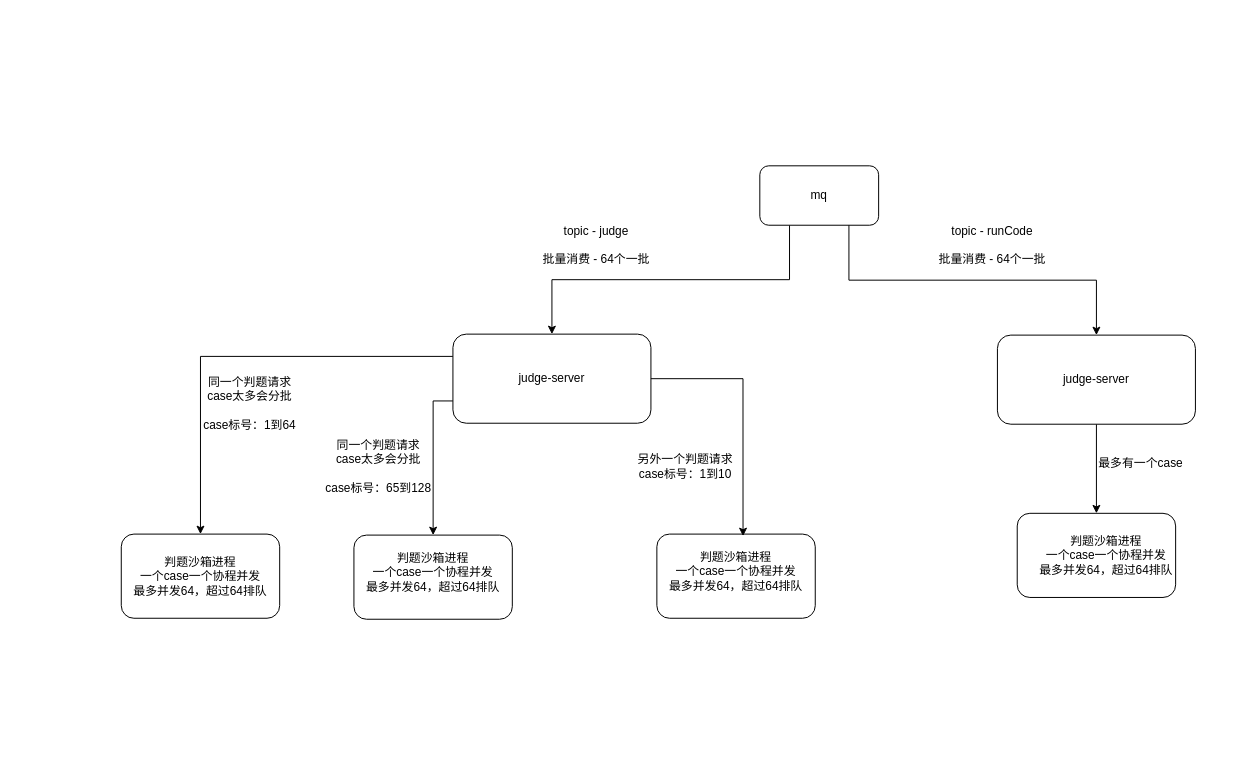
Earlier version of the draw.io diagram 判题并发梳理.drawio (xiell2016/hetaoDesign). Source tidied: cells renumbered, new cells numbered last; positions are measured from the earlier drawing's top-left corner, leaving out a move shared by most shapes. Both pictures are drawn from the tidied source at 99%, with x=0, y=0 at pixel (121, 165).
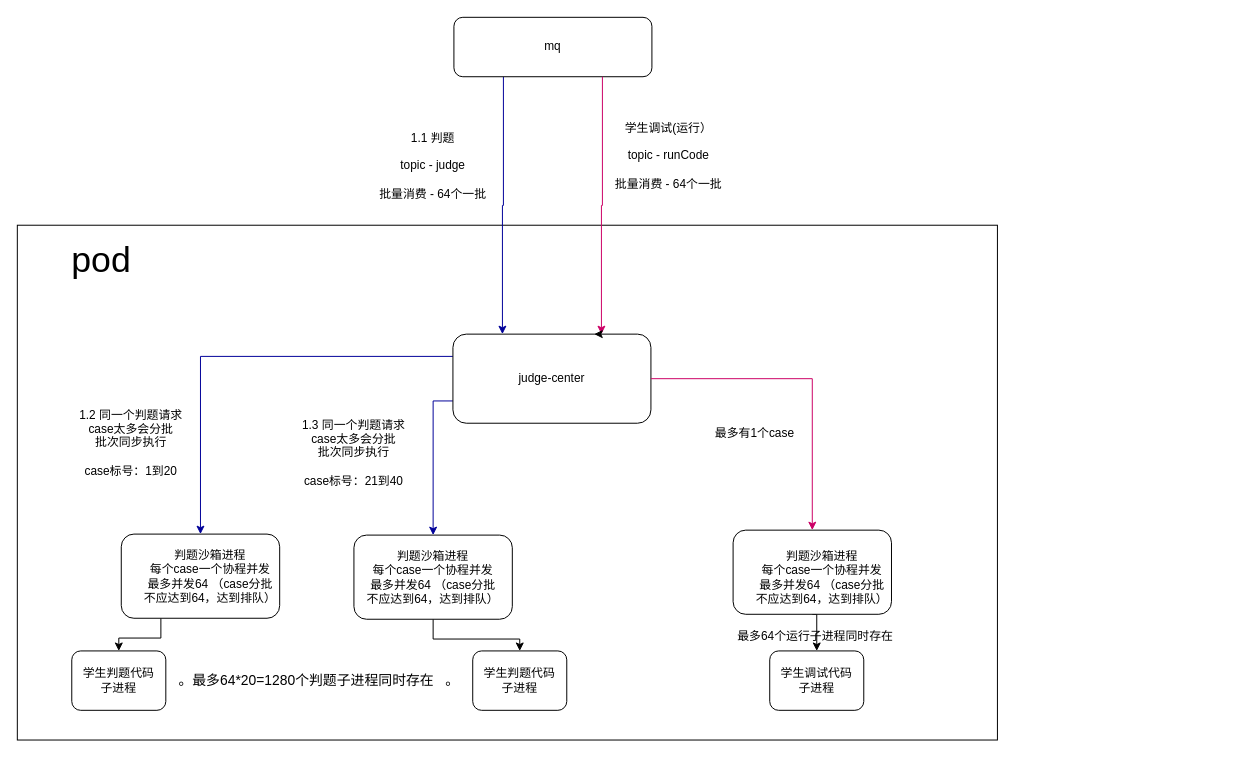
The same page after the edit.

Commit message (it also covers changes not shown here):
更新判题并发梳理.drawio

The change refers to these unchanged cells:
```xml
<mxCell id="8" style="rounded=1;whiteSpace=wrap;html=1;" parent="1" vertex="1">
  <mxGeometry y="372" width="160" height="85" as="geometry" />
</mxCell>
<mxCell id="9" style="rounded=1;whiteSpace=wrap;html=1;" parent="1" vertex="1">
  <mxGeometry x="235" y="373" width="160" height="85" as="geometry" />
</mxCell>
```

What changed in the source:
```diff
@@
+    <mxCell id="25" style="rounded=0;whiteSpace=wrap;html=1;" parent="1" vertex="1">
+      <mxGeometry x="-105" y="60" width="990" height="520" as="geometry" />
+    </mxCell>
-    <mxCell id="2" style="edgeStyle=orthogonalEdgeStyle;rounded=0;jettySize=auto;html=1;exitX=0.25;exitY=1;exitDx=0;exitDy=0;" parent="1" edge="1" source="3" target="6">
+    <mxCell id="2" style="edgeStyle=orthogonalEdgeStyle;rounded=0;jettySize=auto;html=1;exitX=0.25;exitY=1;exitDx=0;exitDy=0;entryX=0.25;entryY=0;entryDx=0;entryDy=0;strokeColor=#000099;" parent="1" edge="1" source="3" target="6">
       <mxGeometry relative="1" as="geometry" />
     </mxCell>
     <mxCell id="3" value="mq" style="rounded=1;whiteSpace=wrap;html=1;" parent="1" vertex="1">
-      <mxGeometry x="645" width="120" height="60" as="geometry" />
+      <mxGeometry x="336" y="-150" width="200" height="60" as="geometry" />
     </mxCell>
-    <mxCell id="4" style="edgeStyle=orthogonalEdgeStyle;rounded=0;jettySize=auto;html=1;exitX=0;exitY=0.25;exitDx=0;exitDy=0;entryX=0.5;entryY=0;entryDx=0;entryDy=0;" parent="1" edge="1" source="6" target="8">
+    <mxCell id="4" style="edgeStyle=orthogonalEdgeStyle;rounded=0;jettySize=auto;html=1;exitX=0;exitY=0.25;exitDx=0;exitDy=0;entryX=0.5;entryY=0;entryDx=0;entryDy=0;strokeColor=#000099;" parent="1" edge="1" source="6" target="8">
       <mxGeometry relative="1" as="geometry" />
     </mxCell>
-    <mxCell id="5" style="edgeStyle=orthogonalEdgeStyle;rounded=0;jettySize=auto;html=1;exitX=0;exitY=0.75;exitDx=0;exitDy=0;entryX=0.5;entryY=0;entryDx=0;entryDy=0;" parent="1" edge="1" source="6" target="9">
+    <mxCell id="5" style="edgeStyle=orthogonalEdgeStyle;rounded=0;jettySize=auto;html=1;exitX=0;exitY=0.75;exitDx=0;exitDy=0;entryX=0.5;entryY=0;entryDx=0;entryDy=0;strokeColor=#000099;" parent="1" edge="1" source="6" target="9">
       <mxGeometry relative="1" as="geometry" />
     </mxCell>
-    <mxCell id="6" value="judge-server" style="rounded=1;whiteSpace=wrap;html=1;" parent="1" vertex="1">
+    <mxCell id="6" value="judge-center" style="rounded=1;whiteSpace=wrap;html=1;" parent="1" vertex="1">
       <mxGeometry x="335" y="170" width="200" height="90" as="geometry" />
     </mxCell>
-    <mxCell id="7" value="&lt;div&gt;topic - judge&lt;/div&gt;&lt;div&gt;&lt;br&gt;&lt;/div&gt;批量消费 - 64个一批" style="text;html=1;align=center;verticalAlign=middle;whiteSpace=wrap;rounded=0;" parent="1" vertex="1">
-      <mxGeometry x="415" y="60" width="130" height="40" as="geometry" />
+    <mxCell id="7" value="&lt;div&gt;1.1 判题&lt;/div&gt;&lt;div&gt;&lt;br&gt;&lt;/div&gt;&lt;div&gt;topic - judge&lt;/div&gt;&lt;div&gt;&lt;br&gt;&lt;/div&gt;批量消费 - 64个一批" style="text;html=1;align=center;verticalAlign=middle;whiteSpace=wrap;rounded=0;" parent="1" vertex="1">
+      <mxGeometry x="250" y="-20" width="130" height="40" as="geometry" />
     </mxCell>
+    <mxCell id="26" style="edgeStyle=orthogonalEdgeStyle;rounded=0;jettySize=auto;html=1;exitX=0.25;exitY=1;exitDx=0;exitDy=0;entryX=0.5;entryY=0;entryDx=0;entryDy=0;fontFamily=Helvetica;fontSize=12;fontColor=default;" parent="1" edge="1" source="8" target="32">
+      <mxGeometry relative="1" as="geometry" />
+    </mxCell>
@@
+    <mxCell id="27" style="edgeStyle=orthogonalEdgeStyle;rounded=0;jettySize=auto;html=1;exitX=0.5;exitY=1;exitDx=0;exitDy=0;entryX=0.5;entryY=0;entryDx=0;entryDy=0;fontFamily=Helvetica;fontSize=12;fontColor=default;" parent="1" edge="1" source="9" target="33">
+      <mxGeometry relative="1" as="geometry" />
+    </mxCell>
@@
-    <mxCell id="10" value="&lt;div&gt;同一个判题请求&lt;/div&gt;&lt;div&gt;&lt;span style=&quot;background-color: initial;&quot;&gt;case太多会分批&lt;/span&gt;&lt;/div&gt;&lt;div&gt;&lt;br&gt;&lt;/div&gt;case标号：1到64" style="text;html=1;align=center;verticalAlign=middle;whiteSpace=wrap;rounded=0;" parent="1" vertex="1">
-      <mxGeometry x="55" y="220" width="150" height="40" as="geometry" />
+    <mxCell id="10" value="&lt;div&gt;1.2 同一个判题请求&lt;/div&gt;&lt;div&gt;&lt;span style=&quot;background-color: initial;&quot;&gt;case太多会分批&lt;/span&gt;&lt;/div&gt;&lt;div&gt;&lt;span style=&quot;background-color: initial;&quot;&gt;批次同步执行&lt;br&gt;&lt;br&gt;&lt;/span&gt;&lt;/div&gt;case标号：1到20" style="text;html=1;align=center;verticalAlign=middle;whiteSpace=wrap;rounded=0;" parent="1" vertex="1">
+      <mxGeometry x="-65" y="250" width="150" height="60" as="geometry" />
     </mxCell>
-    <mxCell id="11" value="判题沙箱进程&lt;div&gt;一个case一个协程并发&lt;div&gt;最多并发64，&lt;span style=&quot;background-color: initial;&quot;&gt;超过64排队&lt;/span&gt;&lt;/div&gt;&lt;/div&gt;" style="text;html=1;align=center;verticalAlign=middle;whiteSpace=wrap;rounded=0;" parent="1" vertex="1">
-      <mxGeometry x="10" y="387" width="140" height="55" as="geometry" />
-    </mxCell>
-    <mxCell id="12" value="判题沙箱进程&lt;div&gt;一个case一个协程并发&lt;div&gt;最多并发64，&lt;span style=&quot;background-color: initial;&quot;&gt;超过64排队&lt;/span&gt;&lt;/div&gt;&lt;/div&gt;" style="text;html=1;align=center;verticalAlign=middle;whiteSpace=wrap;rounded=0;" parent="1" vertex="1">
-      <mxGeometry x="245" y="383" width="140" height="55" as="geometry" />
-    </mxCell>
-    <mxCell id="13" style="edgeStyle=orthogonalEdgeStyle;rounded=0;jettySize=auto;html=1;exitX=0.75;exitY=1;exitDx=0;exitDy=0;" parent="1" edge="1" source="3" target="15">
+    <mxCell id="13" style="edgeStyle=orthogonalEdgeStyle;rounded=0;jettySize=auto;html=1;exitX=0.75;exitY=1;exitDx=0;exitDy=0;entryX=0.75;entryY=0;entryDx=0;entryDy=0;strokeColor=#CC0066;" parent="1" edge="1" source="3" target="6">
       <mxGeometry relative="1" as="geometry" />
     </mxCell>
-    <mxCell id="14" style="edgeStyle=orthogonalEdgeStyle;rounded=0;jettySize=auto;html=1;exitX=0.5;exitY=1;exitDx=0;exitDy=0;entryX=0.5;entryY=0;entryDx=0;entryDy=0;" parent="1" edge="1" source="15" target="17">
+    <mxCell id="14" style="edgeStyle=orthogonalEdgeStyle;rounded=0;jettySize=auto;html=1;exitX=1;exitY=0.5;exitDx=0;exitDy=0;entryX=0.5;entryY=0;entryDx=0;entryDy=0;strokeColor=#CC0066;" parent="1" edge="1" source="6" target="17">
       <mxGeometry relative="1" as="geometry" />
     </mxCell>
-    <mxCell id="15" value="judge-server" style="rounded=1;whiteSpace=wrap;html=1;" parent="1" vertex="1">
-      <mxGeometry x="885" y="171" width="200" height="90" as="geometry" />
-    </mxCell>
-    <mxCell id="16" value="&lt;div&gt;topic - runCode&lt;/div&gt;&lt;div&gt;&lt;br&gt;&lt;/div&gt;批量消费 - 64个一批" style="text;html=1;align=center;verticalAlign=middle;whiteSpace=wrap;rounded=0;" parent="1" vertex="1">
-      <mxGeometry x="815" y="60" width="130" height="40" as="geometry" />
+    <mxCell id="16" value="&lt;div&gt;学生调试(运行）&lt;/div&gt;&lt;div&gt;&lt;br&gt;&lt;/div&gt;&lt;div&gt;topic - runCode&lt;/div&gt;&lt;div&gt;&lt;br&gt;&lt;/div&gt;批量消费 - 64个一批" style="text;html=1;align=center;verticalAlign=middle;whiteSpace=wrap;rounded=0;" parent="1" vertex="1">
+      <mxGeometry x="488" y="-30" width="130" height="40" as="geometry" />
     </mxCell>
+    <mxCell id="28" style="edgeStyle=orthogonalEdgeStyle;rounded=0;jettySize=auto;html=1;exitX=0.5;exitY=1;exitDx=0;exitDy=0;entryX=0.5;entryY=0;entryDx=0;entryDy=0;fontFamily=Helvetica;fontSize=12;fontColor=default;" parent="1" edge="1" source="17" target="35">
+      <mxGeometry relative="1" as="geometry" />
+    </mxCell>
     <mxCell id="17" style="rounded=1;whiteSpace=wrap;html=1;" parent="1" vertex="1">
-      <mxGeometry x="905" y="351" width="160" height="85" as="geometry" />
+      <mxGeometry x="618" y="368" width="160" height="85" as="geometry" />
     </mxCell>
-    <mxCell id="18" value="最多有一个case&lt;div&gt;&lt;/div&gt;" style="text;html=1;align=center;verticalAlign=middle;whiteSpace=wrap;rounded=0;" parent="1" vertex="1">
-      <mxGeometry x="955" y="281" width="150" height="40" as="geometry" />
+    <mxCell id="18" value="最多有1个case&lt;div&gt;&lt;/div&gt;" style="text;html=1;align=center;verticalAlign=middle;whiteSpace=wrap;rounded=0;" parent="1" vertex="1">
+      <mxGeometry x="565" y="250" width="150" height="40" as="geometry" />
     </mxCell>
-    <mxCell id="19" value="判题沙箱进程&lt;div&gt;一个case一个协程并发&lt;div&gt;最多并发64，&lt;span style=&quot;background-color: initial;&quot;&gt;超过64排队&lt;/span&gt;&lt;/div&gt;&lt;/div&gt;" style="text;html=1;align=center;verticalAlign=middle;whiteSpace=wrap;rounded=0;" parent="1" vertex="1">
-      <mxGeometry x="925" y="366" width="140" height="55" as="geometry" />
-    </mxCell>
-    <mxCell id="20" value="&lt;div&gt;同一个判题请求&lt;/div&gt;&lt;div&gt;&lt;span style=&quot;background-color: initial;&quot;&gt;case太多会分批&lt;/span&gt;&lt;/div&gt;&lt;div&gt;&lt;br&gt;&lt;/div&gt;case标号：65到128" style="text;html=1;align=center;verticalAlign=middle;whiteSpace=wrap;rounded=0;" parent="1" vertex="1">
-      <mxGeometry x="185" y="284" width="150" height="40" as="geometry" />
+    <mxCell id="20" value="&lt;div&gt;1.3 同一个判题请求&lt;/div&gt;&lt;div&gt;&lt;span style=&quot;background-color: initial;&quot;&gt;case太多会分批&lt;/span&gt;&lt;/div&gt;&lt;div&gt;批次同步执行&lt;br&gt;&lt;/div&gt;&lt;div&gt;&lt;br&gt;&lt;/div&gt;case标号：21到40" style="text;html=1;align=center;verticalAlign=middle;whiteSpace=wrap;rounded=0;" parent="1" vertex="1">
+      <mxGeometry x="160" y="270" width="150" height="40" as="geometry" />
     </mxCell>
-    <mxCell id="21" style="rounded=1;whiteSpace=wrap;html=1;" parent="1" vertex="1">
-      <mxGeometry x="541" y="372" width="160" height="85" as="geometry" />
-    </mxCell>
-    <mxCell id="22" value="判题沙箱进程&lt;div&gt;一个case一个协程并发&lt;div&gt;最多并发64，&lt;span style=&quot;background-color: initial;&quot;&gt;超过64排队&lt;/span&gt;&lt;/div&gt;&lt;/div&gt;" style="text;html=1;align=center;verticalAlign=middle;whiteSpace=wrap;rounded=0;" parent="1" vertex="1">
-      <mxGeometry x="551" y="382" width="140" height="55" as="geometry" />
-    </mxCell>
-    <mxCell id="23" value="&lt;div&gt;另外一个判题请求&lt;/div&gt;case标号：1到10" style="text;html=1;align=center;verticalAlign=middle;whiteSpace=wrap;rounded=0;" parent="1" vertex="1">
-      <mxGeometry x="495" y="284" width="150" height="40" as="geometry" />
-    </mxCell>
-    <mxCell id="24" style="edgeStyle=orthogonalEdgeStyle;rounded=0;jettySize=auto;html=1;exitX=1;exitY=0.5;exitDx=0;exitDy=0;entryX=0.544;entryY=0.024;entryDx=0;entryDy=0;entryPerimeter=0;" parent="1" edge="1" source="6" target="21">
-      <mxGeometry relative="1" as="geometry" />
-    </mxCell>
+    <mxCell id="29" value="&lt;font style=&quot;font-size: 36px;&quot;&gt;pod&lt;/font&gt;" style="text;html=1;align=center;verticalAlign=middle;whiteSpace=wrap;rounded=0;fontFamily=Helvetica;fontSize=12;fontColor=default;" parent="1" vertex="1">
+      <mxGeometry x="-50" y="80" width="60" height="30" as="geometry" />
+    </mxCell>
+    <mxCell id="30" style="edgeStyle=orthogonalEdgeStyle;rounded=0;orthogonalLoop=1;jettySize=auto;html=1;exitX=0.75;exitY=0;exitDx=0;exitDy=0;entryX=0.714;entryY=0.006;entryDx=0;entryDy=0;entryPerimeter=0;fontFamily=Helvetica;fontSize=12;fontColor=default;" parent="1" edge="1" source="6" target="6">
+      <mxGeometry relative="1" as="geometry" />
+    </mxCell>
+    <mxCell id="31" value="判题沙箱进程&lt;div&gt;每个case一个协程并发&lt;div&gt;最多并发64&lt;span style=&quot;background-color: initial;&quot;&gt;&amp;nbsp;（case分批不应达到64，达到排队）&lt;/span&gt;&lt;/div&gt;&lt;/div&gt;" style="text;html=1;align=center;verticalAlign=middle;whiteSpace=wrap;rounded=0;" parent="1" vertex="1">
+      <mxGeometry x="20" y="387" width="140" height="55" as="geometry" />
+    </mxCell>
+    <mxCell id="32" value="&lt;div&gt;学生判题代码&lt;/div&gt;子进程" style="rounded=1;whiteSpace=wrap;html=1;strokeColor=default;align=center;verticalAlign=middle;fontFamily=Helvetica;fontSize=12;fontColor=default;fillColor=default;" parent="1" vertex="1">
+      <mxGeometry x="-50" y="490" width="95" height="60" as="geometry" />
+    </mxCell>
+    <mxCell id="33" value="&lt;div&gt;学生判题代码&lt;/div&gt;子进程" style="rounded=1;whiteSpace=wrap;html=1;strokeColor=default;align=center;verticalAlign=middle;fontFamily=Helvetica;fontSize=12;fontColor=default;fillColor=default;" parent="1" vertex="1">
+      <mxGeometry x="355" y="490" width="95" height="60" as="geometry" />
+    </mxCell>
+    <mxCell id="34" value="&lt;font style=&quot;font-size: 14px;&quot;&gt;。最多64*20=1280个判题子进程同时存在&amp;nbsp; &amp;nbsp;。&lt;/font&gt;" style="text;html=1;align=center;verticalAlign=middle;whiteSpace=wrap;rounded=0;fontFamily=Helvetica;fontSize=12;fontColor=default;" parent="1" vertex="1">
+      <mxGeometry x="45" y="505" width="310" height="30" as="geometry" />
+    </mxCell>
+    <mxCell id="35" value="&lt;div&gt;学生调试代码&lt;/div&gt;子进程" style="rounded=1;whiteSpace=wrap;html=1;strokeColor=default;align=center;verticalAlign=middle;fontFamily=Helvetica;fontSize=12;fontColor=default;fillColor=default;" parent="1" vertex="1">
+      <mxGeometry x="655" y="490" width="95" height="60" as="geometry" />
+    </mxCell>
+    <mxCell id="36" value="最多64个运行子进程同时存在&amp;nbsp;" style="text;html=1;align=center;verticalAlign=middle;whiteSpace=wrap;rounded=0;fontFamily=Helvetica;fontSize=12;fontColor=default;" parent="1" vertex="1">
+      <mxGeometry x="547.5" y="460" width="310" height="30" as="geometry" />
+    </mxCell>
+    <mxCell id="37" value="判题沙箱进程&lt;div&gt;每个case一个协程并发&lt;div&gt;最多并发64&lt;span style=&quot;background-color: initial;&quot;&gt;&amp;nbsp;（case分批不应达到64，达到排队）&lt;/span&gt;&lt;/div&gt;&lt;/div&gt;" style="text;html=1;align=center;verticalAlign=middle;whiteSpace=wrap;rounded=0;" parent="1" vertex="1">
+      <mxGeometry x="245" y="388" width="140" height="55" as="geometry" />
+    </mxCell>
+    <mxCell id="38" value="判题沙箱进程&lt;div&gt;每个case一个协程并发&lt;div&gt;最多并发64&lt;span style=&quot;background-color: initial;&quot;&gt;&amp;nbsp;（case分批不应达到64，达到排队）&lt;/span&gt;&lt;/div&gt;&lt;/div&gt;" style="text;html=1;align=center;verticalAlign=middle;whiteSpace=wrap;rounded=0;" parent="1" vertex="1">
+      <mxGeometry x="638" y="388" width="140" height="55" as="geometry" />
+    </mxCell>
```
